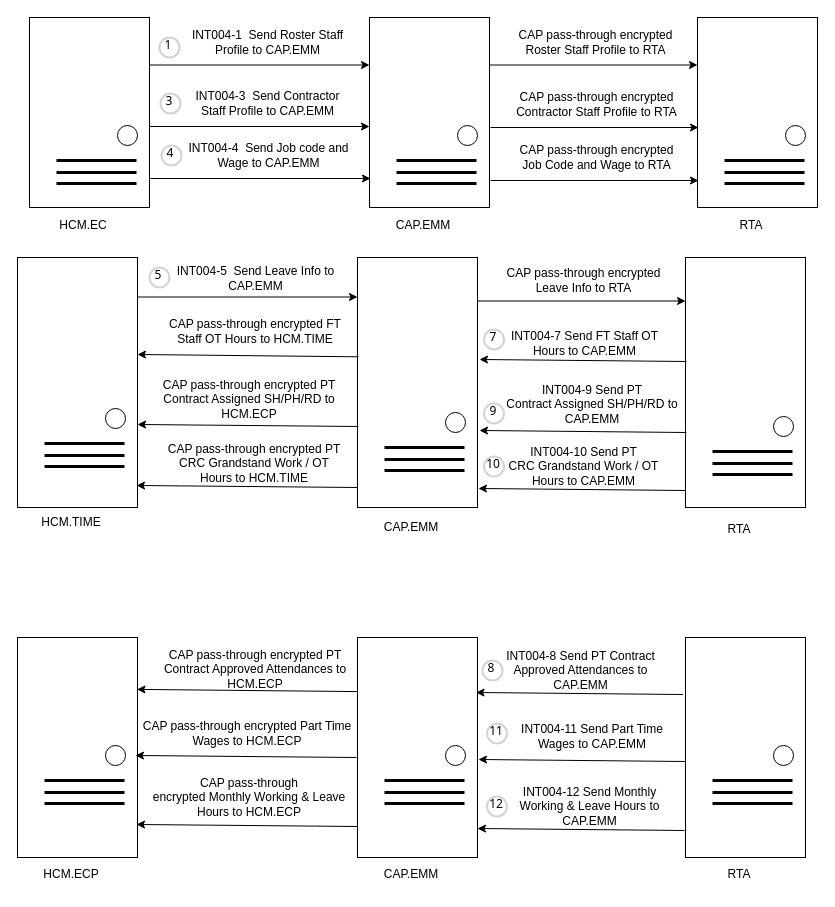
Above: page "RTA" (16 of 19) of Untitled Diagram.drawio in wsxad234/flowchart (draw.io), before the change. Source tidied: cells renumbered, new cells numbered last; positions are measured from the earlier drawing's top-left corner, leaving out a move shared by most shapes. Both pictures are drawn from the tidied source at 100%, with x=0, y=0 at pixel (17, 17).
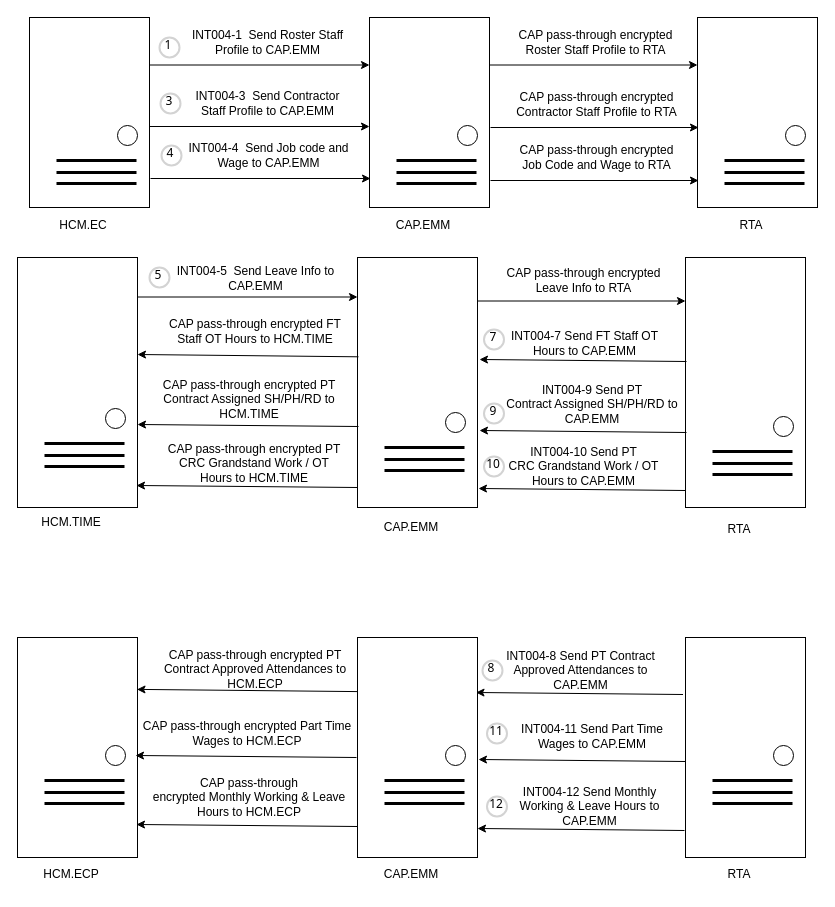
Above is the later version.

The edit, as a diff of the source:
```diff
@@
-    <mxCell id="63" value="CAP pass-through encrypted&amp;nbsp;PT&lt;br&gt;Contract Assigned SH/PH/RD&lt;span style=&quot;background-color: initial;&quot;&gt;&amp;nbsp;to HCM.ECP&lt;/span&gt;" style="text;html=1;strokeColor=none;fillColor=none;align=center;verticalAlign=middle;whiteSpace=wrap;rounded=0;" parent="1" vertex="1">
+    <mxCell id="63" value="CAP pass-through encrypted&amp;nbsp;PT&lt;br&gt;Contract Assigned SH/PH/RD&lt;span style=&quot;background-color: initial;&quot;&gt;&amp;nbsp;to HCM.TIME&lt;/span&gt;" style="text;html=1;strokeColor=none;fillColor=none;align=center;verticalAlign=middle;whiteSpace=wrap;rounded=0;" parent="1" vertex="1">
       <mxGeometry x="122" y="362" width="220" height="40" as="geometry" />
     </mxCell>
```
